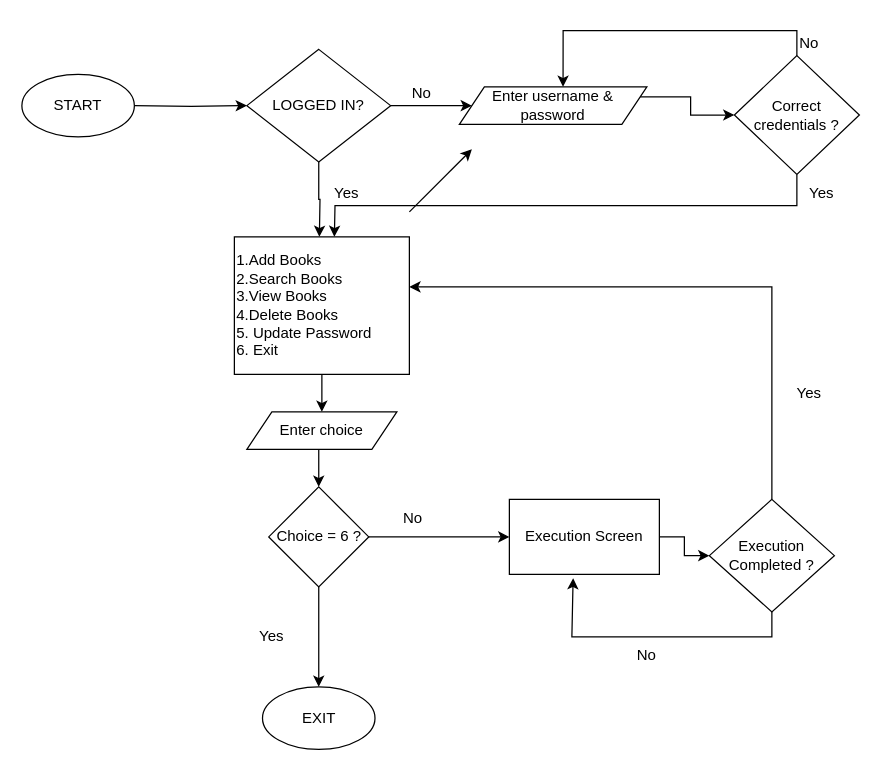
The draw.io diagram lms.drawio in kode-mafia008/dsa, before the edit. Source tidied: cells renumbered, new cells numbered last; positions are measured from the earlier drawing's top-left corner, leaving out a move shared by most shapes. Both pictures are drawn from the tidied source at 125%, with x=0, y=0 at pixel (21, 24).
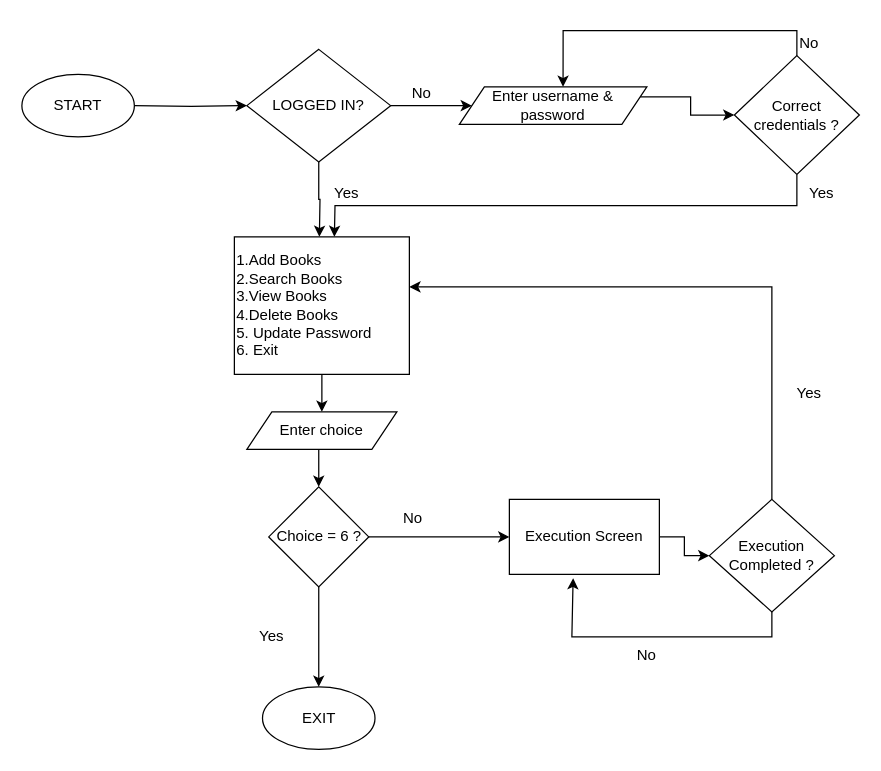
Above is the later version.

What changed in the source:
```diff
@@
-    <mxCell id="17" style="endArrow=classic;html=1;rounded=0;" parent="1" edge="1">
-      <mxGeometry relative="1" as="geometry">
-        <mxPoint x="310" y="150" as="sourcePoint" />
-        <mxPoint x="360" y="100" as="targetPoint" />
-      </mxGeometry>
-    </mxCell>
```
